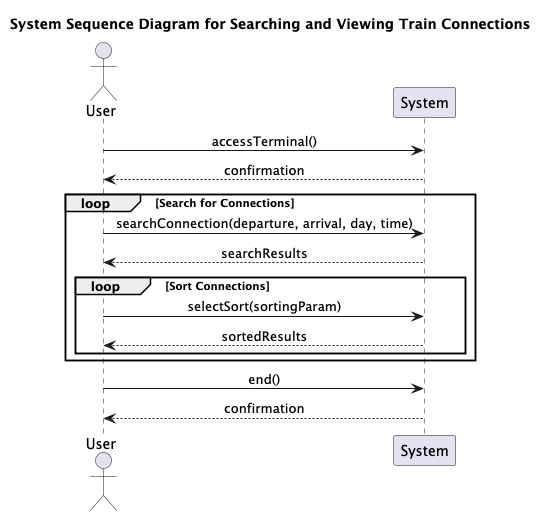
This is out/docs/Sequence/SSD-Use Case-Search Connections.png from Cimpo1/SOEN342_2025, a PlantUML export, as it was before one commit. The source it was exported from:
```plantuml
@startuml Sequence Diagram
skinparam sequenceMessageAlign center
title "System Sequence Diagram for Searching and Viewing Train Connections"
actor User
participant "System" as terminal

User -> terminal : accessTerminal()
terminal --> User : confirmation
loop Search for Connections
    User -> terminal : searchConnection(departure, arrival, day, time)
    terminal --> User : searchResults
    loop Sort Connections
    User -> terminal : selectSort(sortingParam)
    terminal --> User : sortedResults
    end
end
User -> terminal : end()
terminal --> User : confirmation
@enduml
```
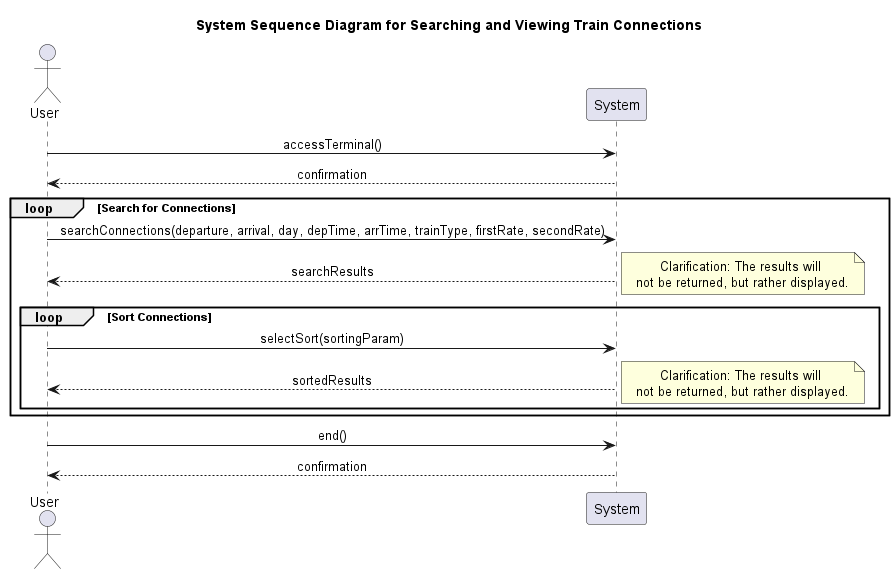
Later version of the same file.

Commit message:
added features & functions for searchConnections

The edit, as a diff of the source:
```diff
@@ -1,5 +1,6 @@
 @startuml Sequence Diagram
 skinparam sequenceMessageAlign center
+skinparam noteTextAlignment center
 title "System Sequence Diagram for Searching and Viewing Train Connections"
 actor User
 participant "System" as terminal
@@ -7,11 +8,19 @@
 User -> terminal : accessTerminal()
 terminal --> User : confirmation
 loop Search for Connections
-    User -> terminal : searchConnection(departure, arrival, day, time)
+    User -> terminal : searchConnections(departure, arrival, day, depTime, arrTime, trainType, firstRate, secondRate)
     terminal --> User : searchResults
+    note right
+        Clarification: The results will
+        not be returned, but rather displayed.
+    endnote
     loop Sort Connections
     User -> terminal : selectSort(sortingParam)
     terminal --> User : sortedResults
+    note right
+        Clarification: The results will
+        not be returned, but rather displayed.
+    endnote
     end
 end
 User -> terminal : end()
```
